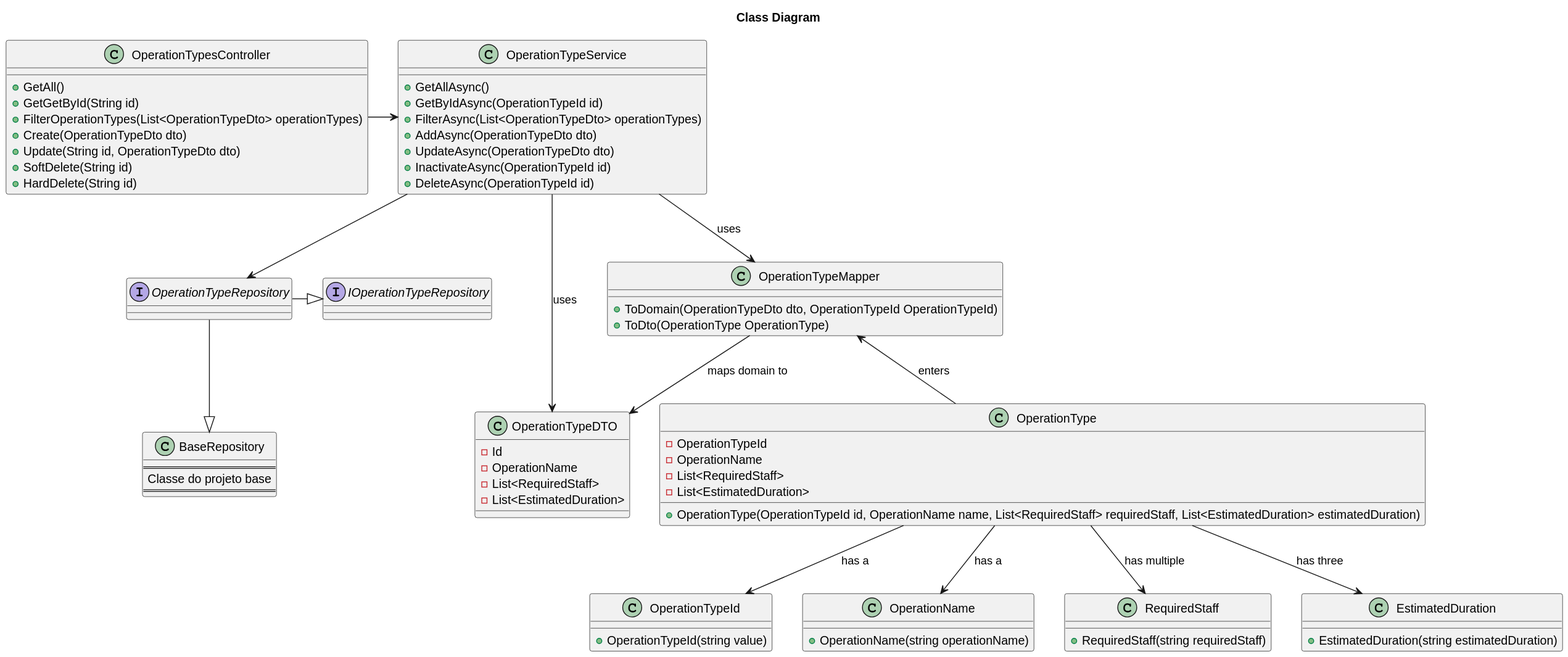
MiguelCardoso77/SurgicalSync-BackEnd keeps this PlantUML diagram as docs/SprintA/38-list-operation-types/class-diagram.svg. Above is the earlier version. Source of this version:
```plantuml
@startuml
title Class Diagram

class OperationType {
    - OperationTypeId
    - OperationName
    - List<RequiredStaff>
    - List<EstimatedDuration>
    + OperationType(OperationTypeId id, OperationName name, List<RequiredStaff> requiredStaff, List<EstimatedDuration> estimatedDuration)
}

class OperationTypeDTO {
    - Id
    - OperationName
    - List<RequiredStaff>
    - List<EstimatedDuration>
}

class OperationTypesController {
    + GetAll()
    + GetGetById(String id)
    + FilterOperationTypes(List<OperationTypeDto> operationTypes)
    + Create(OperationTypeDto dto)
    + Update(String id, OperationTypeDto dto)
    + SoftDelete(String id)
    + HardDelete(String id)
}

class OperationTypeId {
    + OperationTypeId(string value)
}

class OperationName {
    + OperationName(string operationName)
}

class RequiredStaff {
    + RequiredStaff(string requiredStaff)
}

class EstimatedDuration {
    + EstimatedDuration(string estimatedDuration)
}

class OperationTypeService {
    + GetAllAsync()
    + GetByIdAsync(OperationTypeId id)
    + FilterAsync(List<OperationTypeDto> operationTypes)
    + AddAsync(OperationTypeDto dto)
    + UpdateAsync(OperationTypeDto dto)
    + InactivateAsync(OperationTypeId id)
    + DeleteAsync(OperationTypeId id)
}

interface IOperationTypeRepository {
}

interface OperationTypeRepository {
}

class BaseRepository {
    ====
    Classe do projeto base
    ====
}

class OperationTypeMapper {
    + ToDomain(OperationTypeDto dto, OperationTypeId OperationTypeId)
    + ToDto(OperationType OperationType)
}

OperationTypesController -> OperationTypeService
OperationTypeService --> OperationTypeMapper : uses
OperationTypeService --> OperationTypeDTO : uses

OperationTypeMapper --> OperationTypeDTO : maps domain to
OperationTypeMapper <-- OperationType : enters

OperationType --> OperationTypeId : has a
OperationType --> OperationName : has a
OperationType --> RequiredStaff : has multiple
OperationType --> EstimatedDuration : has three

OperationTypeService --> OperationTypeRepository
OperationTypeRepository --|> BaseRepository
OperationTypeRepository -|> IOperationTypeRepository
@enduml
```
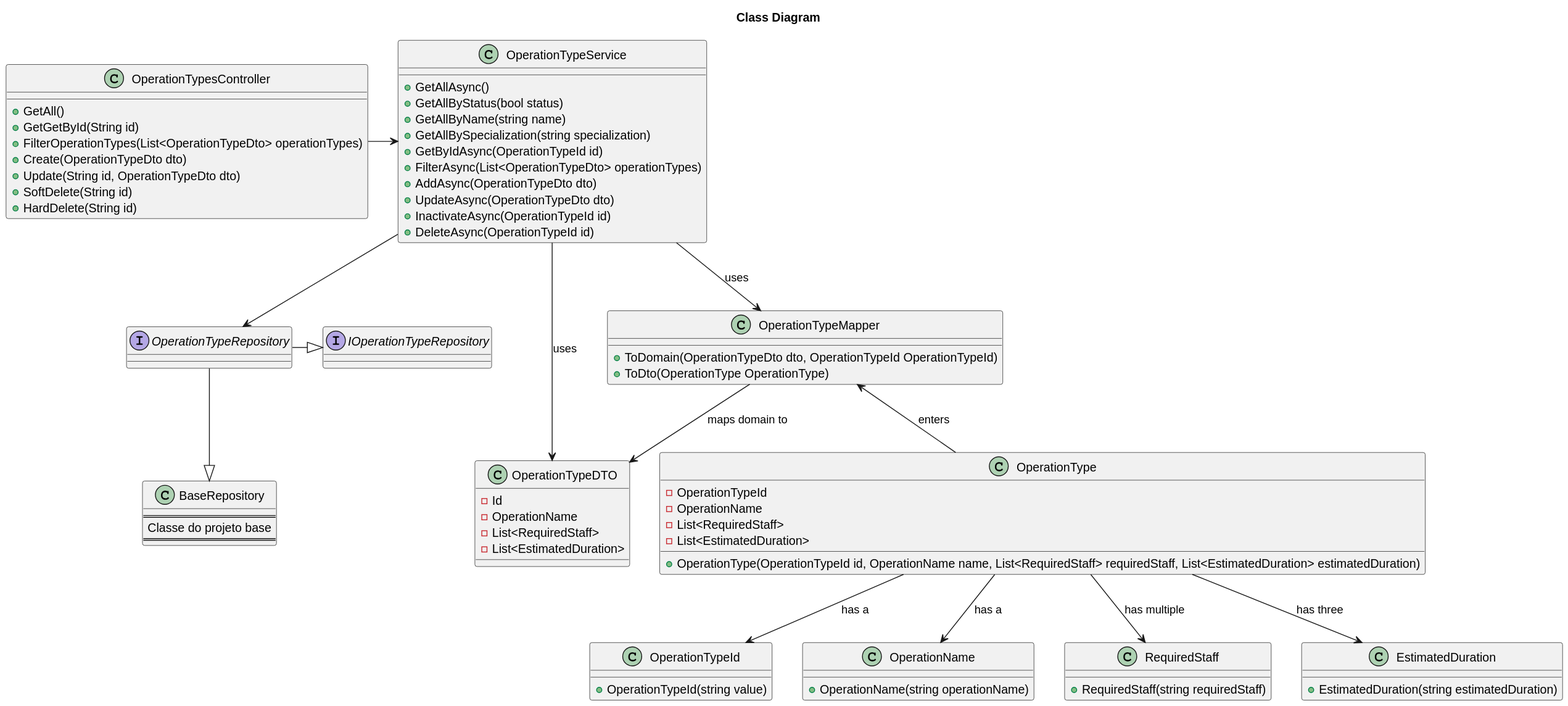
After the change.

What changed in the source:
```diff
@@ -44,6 +44,9 @@
 
 class OperationTypeService {
     + GetAllAsync()
+    + GetAllByStatus(bool status)
+    + GetAllByName(string name)
+    + GetAllBySpecialization(string specialization)
     + GetByIdAsync(OperationTypeId id)
     + FilterAsync(List<OperationTypeDto> operationTypes)
     + AddAsync(OperationTypeDto dto)
```
